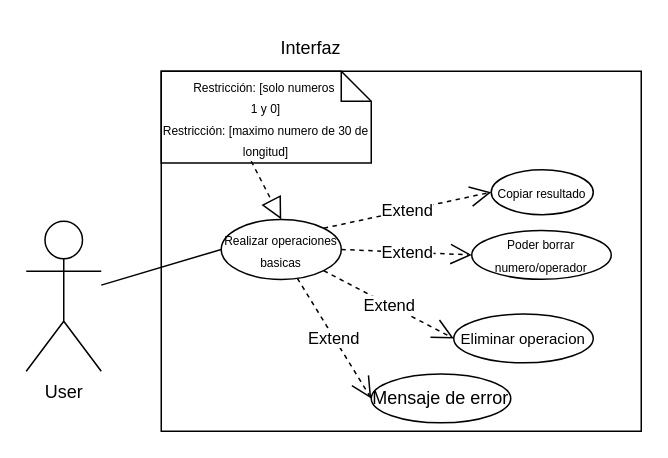
The draw.io diagram usoCaseDiagram.drawio in davidev-m/binaryCalculator, before the edit. Source tidied: cells renumbered, new cells numbered last; positions are measured from the earlier drawing's top-left corner, leaving out a move shared by most shapes. Both pictures are drawn from the tidied source at 150%, with x=0, y=0 at pixel (26, 26).
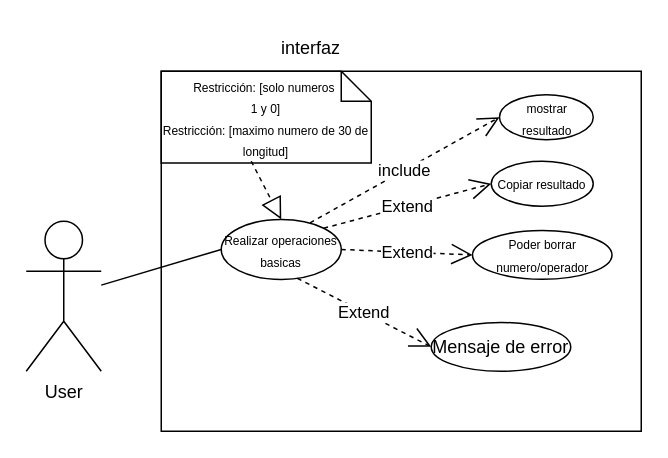
The same diagram, later.

Change to the diagram source:
```diff
@@
 <mxGraphModel>
   <root>
     <mxCell id="0" />
     <mxCell id="1" parent="0" />
     <mxCell id="2" value="User" style="shape=umlActor;verticalLabelPosition=bottom;verticalAlign=top;html=1;outlineConnect=0;" parent="1" vertex="1">
       <mxGeometry y="130" width="50" height="100" as="geometry" />
     </mxCell>
     <mxCell id="3" style="rounded=0;whiteSpace=wrap;html=1;" parent="1" vertex="1">
       <mxGeometry x="90" y="30" width="320" height="240" as="geometry" />
     </mxCell>
-    <mxCell id="4" value="Interfaz" style="text;html=1;align=center;verticalAlign=middle;whiteSpace=wrap;rounded=0;" parent="1" vertex="1">
+    <mxCell id="4" value="interfaz" style="text;html=1;align=center;verticalAlign=middle;whiteSpace=wrap;rounded=0;" parent="1" vertex="1">
       <mxGeometry x="150" width="80" height="30" as="geometry" />
     </mxCell>
     <mxCell id="5" value="&lt;font style=&quot;font-size: 8px;&quot;&gt;Realizar operaciones basicas&lt;/font&gt;" style="ellipse;whiteSpace=wrap;html=1;" parent="1" vertex="1">
       <mxGeometry x="130" y="128.8" width="80" height="40" as="geometry" />
     </mxCell>
     <mxCell id="6" value="&lt;font style=&quot;font-size: 8px;&quot;&gt;Poder borrar numero/operador&lt;/font&gt;" style="ellipse;whiteSpace=wrap;html=1;" parent="1" vertex="1">
-      <mxGeometry x="297" y="136.2" width="93" height="32.5" as="geometry" />
+      <mxGeometry x="297.5" y="136.2" width="93" height="32.5" as="geometry" />
     </mxCell>
     <mxCell id="7" style="endArrow=none;html=1;rounded=0;entryX=0;entryY=0.5;entryDx=0;entryDy=0;" parent="1" edge="1" source="2" target="5">
       <mxGeometry relative="1" as="geometry" />
     </mxCell>
     <mxCell id="8" value="&lt;font style=&quot;font-size: 8px;&quot;&gt;Copiar resultado&lt;/font&gt;" style="ellipse;whiteSpace=wrap;html=1;" parent="1" vertex="1">
-      <mxGeometry x="310" y="95.6" width="68" height="30" as="geometry" />
+      <mxGeometry x="310" y="90" width="68" height="30" as="geometry" />
     </mxCell>
     <mxCell id="9" value="Extend" style="endArrow=open;endSize=12;dashed=1;html=1;rounded=0;exitX=1;exitY=0;exitDx=0;exitDy=0;entryX=0;entryY=0.5;entryDx=0;entryDy=0;" parent="1" edge="1" source="5" target="8">
       <mxGeometry relative="1" as="geometry" />
     </mxCell>
     <mxCell id="10" value="Extend" style="endArrow=open;endSize=12;dashed=1;html=1;rounded=0;exitX=1;exitY=0.5;exitDx=0;exitDy=0;entryX=0;entryY=0.5;entryDx=0;entryDy=0;" parent="1" edge="1" source="5" target="6">
       <mxGeometry relative="1" as="geometry" />
     </mxCell>
-    <mxCell id="11" value="&lt;font style=&quot;font-size: 10px;&quot;&gt;Eliminar operacion&lt;/font&gt;" style="ellipse;whiteSpace=wrap;html=1;" parent="1" vertex="1">
-      <mxGeometry x="285" y="191.9" width="93" height="32.5" as="geometry" />
-    </mxCell>
-    <mxCell id="12" value="Extend" style="endArrow=open;endSize=12;dashed=1;html=1;rounded=0;exitX=1;exitY=1;exitDx=0;exitDy=0;entryX=0;entryY=0.5;entryDx=0;entryDy=0;" parent="1" edge="1" source="5" target="11">
-      <mxGeometry relative="1" as="geometry" />
-    </mxCell>
     <mxCell id="13" value="Mensaje de error" style="ellipse;whiteSpace=wrap;html=1;" parent="1" vertex="1">
-      <mxGeometry x="230" y="231.9" width="93" height="32.5" as="geometry" />
+      <mxGeometry x="270" y="197.5" width="93" height="32.5" as="geometry" />
     </mxCell>
     <mxCell id="14" value="Extend" style="endArrow=open;endSize=12;dashed=1;html=1;rounded=0;exitX=0.634;exitY=0.98;exitDx=0;exitDy=0;entryX=0;entryY=0.5;entryDx=0;entryDy=0;exitPerimeter=0;" parent="1" edge="1" source="5" target="13">
       <mxGeometry relative="1" as="geometry" />
     </mxCell>
     <mxCell id="15" value="&lt;div&gt;&lt;font style=&quot;font-size: 8px;&quot;&gt;Restricción: [solo numeros&amp;nbsp;&lt;/font&gt;&lt;/div&gt;&lt;div&gt;&lt;font style=&quot;font-size: 8px;&quot;&gt;1 y 0]&lt;/font&gt;&lt;/div&gt;&lt;div&gt;&lt;font style=&quot;font-size: 8px;&quot;&gt;Restricción: [maximo numero de 30 de longitud]&lt;/font&gt;&lt;/div&gt;" style="shape=note;size=20;whiteSpace=wrap;html=1;" parent="1" vertex="1">
       <mxGeometry x="90" y="30" width="140" height="61.2" as="geometry" />
     </mxCell>
     <mxCell id="16" style="endArrow=block;dashed=1;endFill=0;endSize=12;html=1;rounded=0;entryX=0.5;entryY=0;entryDx=0;entryDy=0;" parent="1" edge="1" target="5">
       <mxGeometry relative="1" as="geometry">
         <mxPoint x="150" y="90" as="sourcePoint" />
       </mxGeometry>
     </mxCell>
+    <mxCell id="17" value="&lt;font style=&quot;font-size: 8px;&quot;&gt;mostrar resultado&lt;/font&gt;" style="ellipse;whiteSpace=wrap;html=1;" parent="1" vertex="1">
+      <mxGeometry x="315.5" y="45.6" width="62.5" height="30" as="geometry" />
+    </mxCell>
+    <mxCell id="18" value="include" style="endArrow=open;endSize=12;dashed=1;html=1;rounded=0;exitX=0.74;exitY=0.056;exitDx=0;exitDy=0;entryX=0;entryY=0.5;entryDx=0;entryDy=0;exitPerimeter=0;" parent="1" edge="1" source="5" target="17">
+      <mxGeometry relative="1" as="geometry" />
+    </mxCell>
   </root>
 </mxGraphModel>
```
